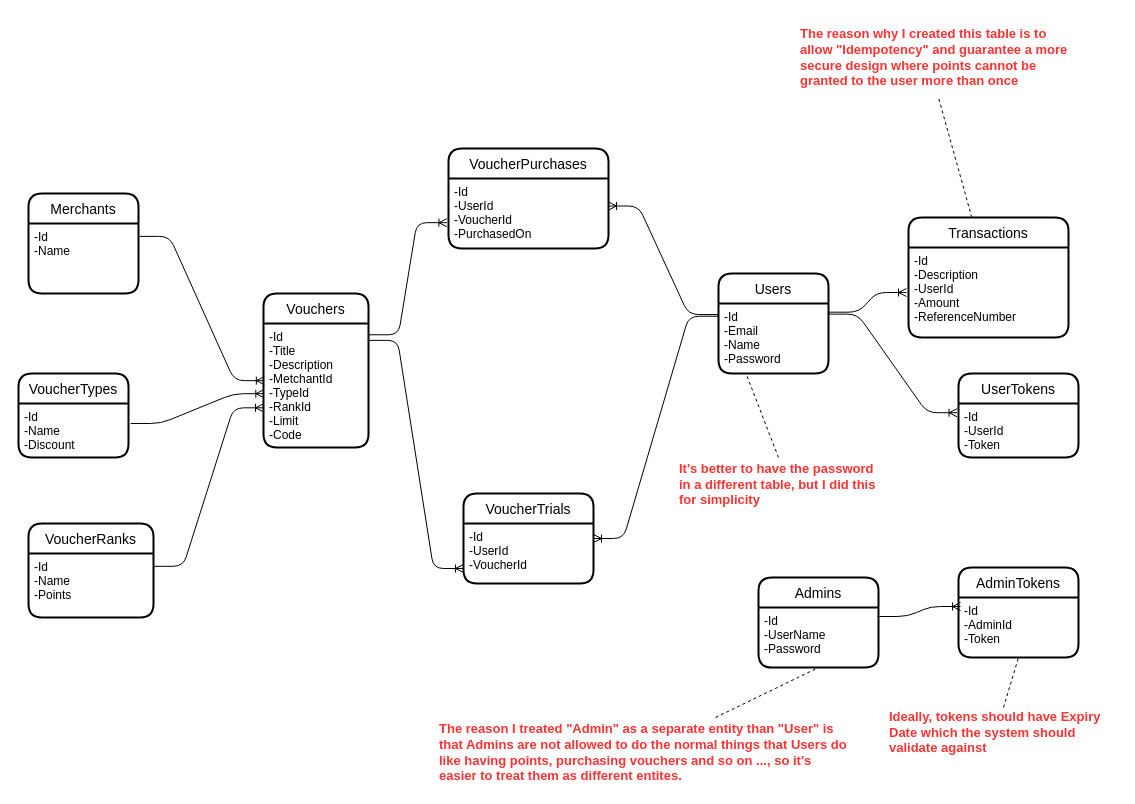
This is model-design.drawio from abdlrhmanshehatamoussa/RewardingSystem, a draw.io file, before an edit. Source tidied: cells renumbered, new cells numbered last; positions are measured from the earlier drawing's top-left corner, leaving out a move shared by most shapes. Both pictures are drawn from the tidied source at 100%, with x=0, y=0 at pixel (18, 17).
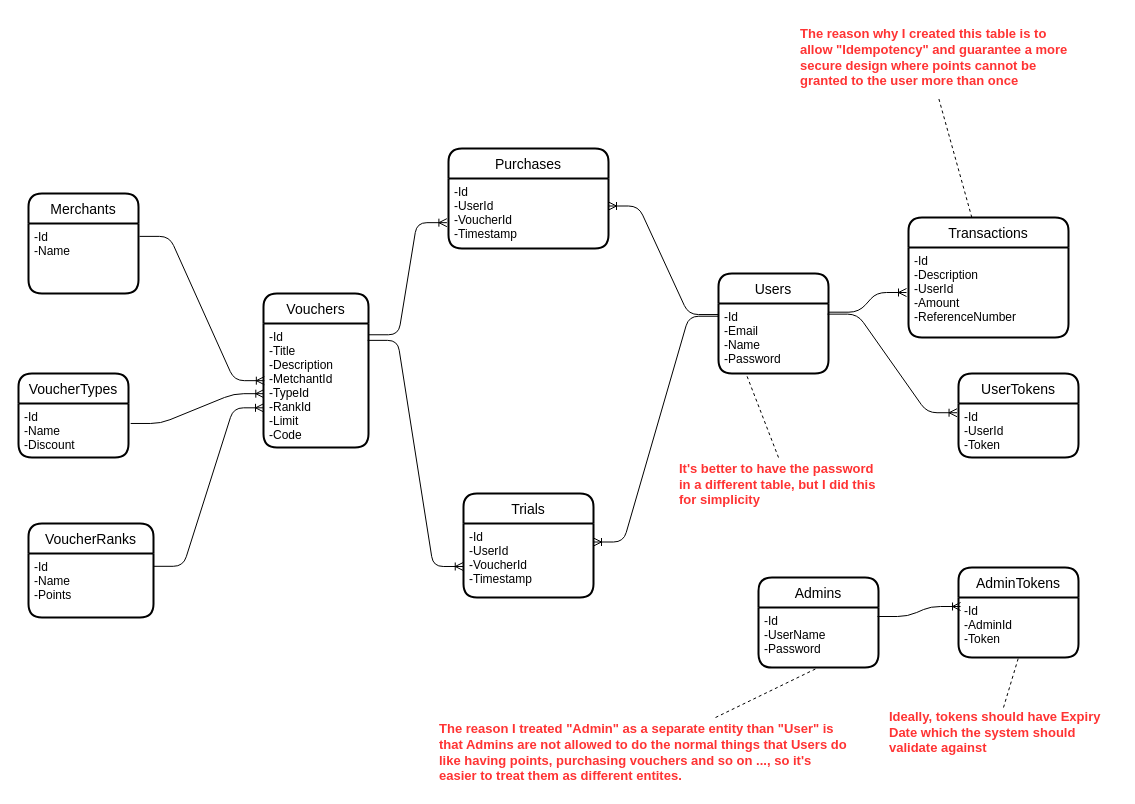
Above is the later version.

The change refers to these unchanged cells:
```xml
<mxCell id="7" value="-Id&#10;-Title&#10;-Description&#10;-MetchantId&#10;-TypeId&#10;-RankId&#10;-Limit&#10;-Code" style="align=left;strokeColor=none;fillColor=none;spacingLeft=4;fontSize=12;verticalAlign=top;" parent="6" vertex="1">
  <mxGeometry y="30" width="105" height="124" as="geometry" />
</mxCell>
```

Diff of the diagram source:
```diff
@@
-    <mxCell id="15" value="VoucherPurchases" style="swimlane;horizontal=1;startSize=30;rounded=1;fontSize=14;fontStyle=0;strokeWidth=2;shadow=0;dashed=0;align=center;" parent="1" vertex="1">
+    <mxCell id="15" value="Purchases" style="swimlane;horizontal=1;startSize=30;rounded=1;fontSize=14;fontStyle=0;strokeWidth=2;shadow=0;dashed=0;align=center;" parent="1" vertex="1">
       <mxGeometry x="430" y="131" width="160" height="100" as="geometry" />
     </mxCell>
-    <mxCell id="16" value="-Id&#10;-UserId&#10;-VoucherId&#10;-PurchasedOn&#10;" style="align=left;strokeColor=none;fillColor=none;spacingLeft=4;fontSize=12;verticalAlign=top;" parent="15" vertex="1">
+    <mxCell id="16" value="-Id&#10;-UserId&#10;-VoucherId&#10;-Timestamp&#10;" style="align=left;strokeColor=none;fillColor=none;spacingLeft=4;fontSize=12;verticalAlign=top;" parent="15" vertex="1">
       <mxGeometry y="30" width="160" height="70" as="geometry" />
     </mxCell>
@@
-    <mxCell id="20" value="VoucherTrials" style="swimlane;horizontal=1;startSize=30;rounded=1;fontSize=14;fontStyle=0;strokeWidth=2;shadow=0;dashed=0;align=center;" parent="1" vertex="1">
-      <mxGeometry x="445" y="476" width="130" height="90" as="geometry" />
+    <mxCell id="20" value="Trials" style="swimlane;horizontal=1;startSize=30;rounded=1;fontSize=14;fontStyle=0;strokeWidth=2;shadow=0;dashed=0;align=center;" parent="1" vertex="1">
+      <mxGeometry x="445" y="476" width="130" height="104" as="geometry" />
     </mxCell>
-    <mxCell id="21" value="-Id&#10;-UserId&#10;-VoucherId&#10;" style="align=left;strokeColor=none;fillColor=none;spacingLeft=4;fontSize=12;verticalAlign=top;" parent="20" vertex="1">
-      <mxGeometry y="30" width="130" height="60" as="geometry" />
+    <mxCell id="21" value="-Id&#10;-UserId&#10;-VoucherId&#10;-Timestamp&#10;" style="align=left;strokeColor=none;fillColor=none;spacingLeft=4;fontSize=12;verticalAlign=top;" parent="20" vertex="1">
+      <mxGeometry y="30" width="130" height="74" as="geometry" />
     </mxCell>
@@
-    <mxCell id="24" style="edgeStyle=entityRelationEdgeStyle;fontSize=12;html=1;endArrow=ERoneToMany;exitX=0.992;exitY=0.136;exitDx=0;exitDy=0;exitPerimeter=0;entryX=0;entryY=0.75;entryDx=0;entryDy=0;" parent="1" edge="1" source="7" target="21">
+    <mxCell id="24" style="edgeStyle=entityRelationEdgeStyle;fontSize=12;html=1;endArrow=ERoneToMany;exitX=0.992;exitY=0.136;exitDx=0;exitDy=0;exitPerimeter=0;entryX=-0.002;entryY=0.581;entryDx=0;entryDy=0;entryPerimeter=0;" parent="1" edge="1" source="7" target="21">
       <mxGeometry relative="1" as="geometry" />
     </mxCell>
```
